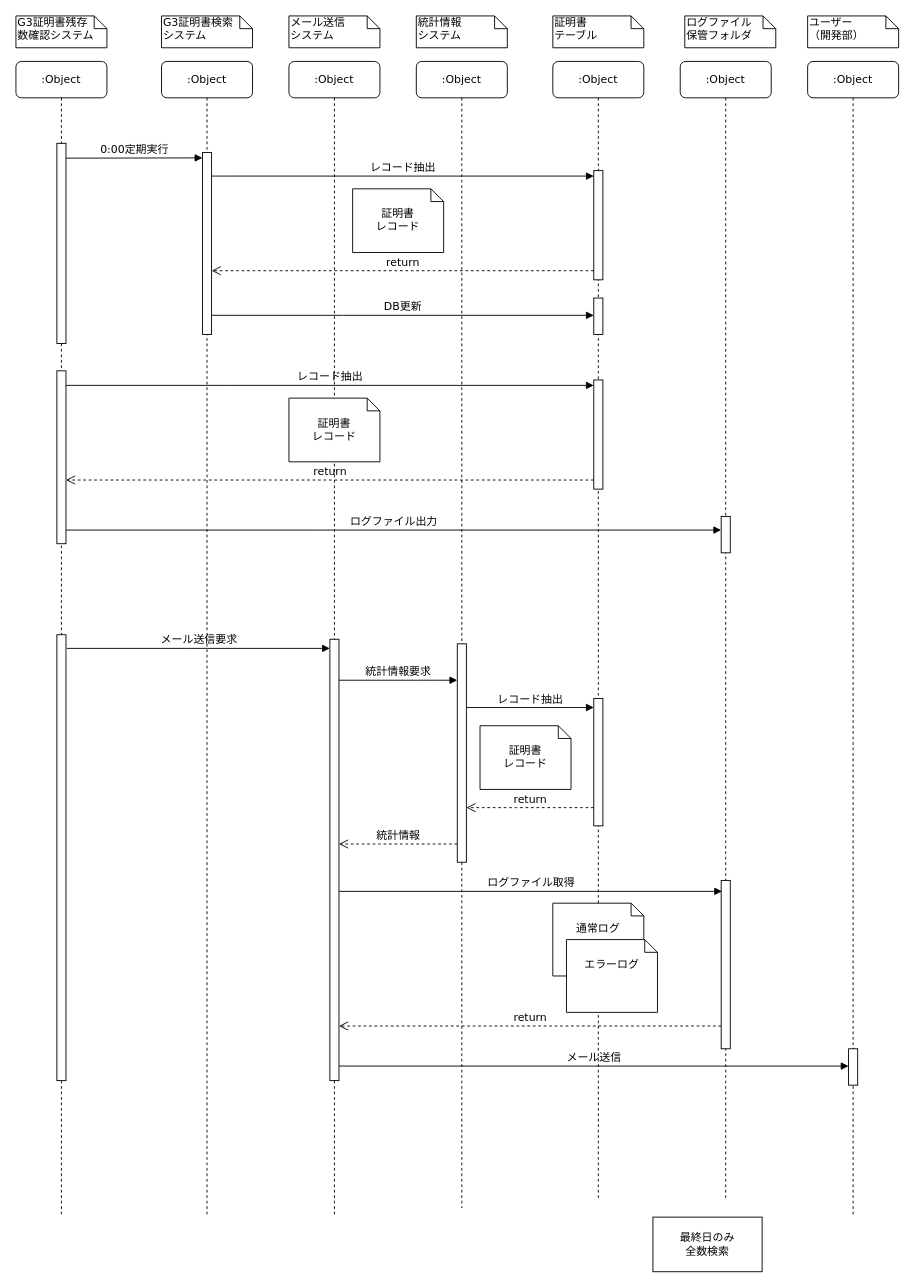
This is page "シーケンス図（定期実行）" (1 of 6) of UMLDiagram.drawio from r-asano/kaihatsubuKenshu, a draw.io file, before an edit. Source tidied: cells renumbered, new cells numbered last; positions are measured from the earlier drawing's top-left corner, leaving out a move shared by most shapes. Both pictures are drawn from the tidied source at 91%, with x=0, y=0 at pixel (15, 15).
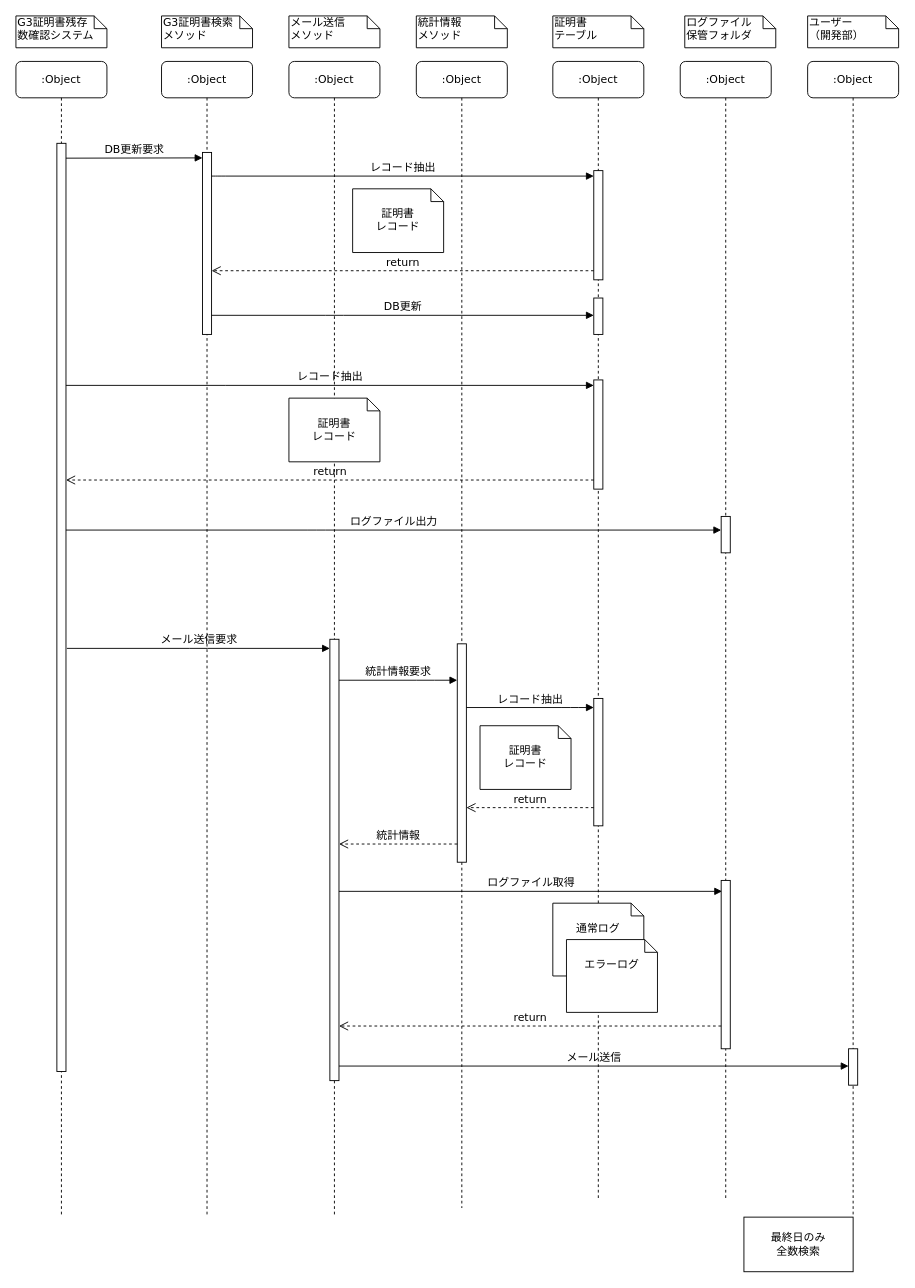
After the change.

The change refers to these unchanged cells:
```xml
<mxCell id="2" value=":Object" style="shape=umlLifeline;perimeter=lifelinePerimeter;whiteSpace=wrap;html=1;rounded=1;shadow=0;comic=0;labelBackgroundColor=none;strokeWidth=1;fontFamily=Verdana;fontSize=12;align=center;" parent="1" vertex="1">
  <mxGeometry y="50" width="100" height="1270" as="geometry" />
</mxCell>
<mxCell id="36" style="html=1;points=[];perimeter=orthogonalPerimeter;rounded=0;shadow=0;comic=0;labelBackgroundColor=none;strokeWidth=1;fontFamily=Verdana;fontSize=12;align=center;" parent="1" vertex="1">
  <mxGeometry x="635" y="400" width="10" height="120" as="geometry" />
</mxCell>
```

Change to the diagram source:
```diff
@@
     <mxCell id="3" style="html=1;perimeter=orthogonalPerimeter;rounded=0;shadow=0;comic=0;labelBackgroundColor=none;strokeWidth=1;fontFamily=Verdana;fontSize=12;align=center;" parent="2" vertex="1">
-      <mxGeometry x="45" y="90" width="10" height="220" as="geometry" />
+      <mxGeometry x="45" y="90" width="10" height="1020" as="geometry" />
     </mxCell>
-    <mxCell id="4" style="html=1;perimeter=orthogonalPerimeter;rounded=0;shadow=0;comic=0;labelBackgroundColor=none;strokeWidth=1;fontFamily=Verdana;fontSize=12;align=center;" parent="2" vertex="1">
-      <mxGeometry x="45" y="630" width="10" height="490" as="geometry" />
-    </mxCell>
-    <mxCell id="5" style="html=1;points=[];perimeter=orthogonalPerimeter;rounded=0;shadow=0;comic=0;labelBackgroundColor=none;strokeWidth=1;fontFamily=Verdana;fontSize=12;align=center;" parent="2" vertex="1">
-      <mxGeometry x="45" y="340" width="10" height="190" as="geometry" />
-    </mxCell>
@@
-    <mxCell id="21" value="0:00定期実行" style="html=1;verticalAlign=bottom;endArrow=block;entryX=0;entryY=0;labelBackgroundColor=none;fontFamily=Verdana;fontSize=12;edgeStyle=elbowEdgeStyle;elbow=vertical;" parent="1" edge="1">
+    <mxCell id="21" value="DB更新要求" style="html=1;verticalAlign=bottom;endArrow=block;entryX=0;entryY=0;labelBackgroundColor=none;fontFamily=Verdana;fontSize=12;edgeStyle=elbowEdgeStyle;elbow=vertical;" parent="1" edge="1">
       <mxGeometry relative="1" as="geometry">
         <mxPoint x="55" y="156.3" as="sourcePoint" />
         <mxPoint x="205" y="156" as="targetPoint" />
       </mxGeometry>
     </mxCell>
@@
-    <mxCell id="23" value="G3証明書検索&lt;br&gt;システム" style="shape=note;whiteSpace=wrap;html=1;size=14;verticalAlign=top;align=left;spacingTop=-6;rounded=0;shadow=0;comic=0;labelBackgroundColor=none;strokeWidth=1;fontFamily=Verdana;fontSize=12;" parent="1" vertex="1">
+    <mxCell id="23" value="G3証明書検索&lt;br&gt;メソッド" style="shape=note;whiteSpace=wrap;html=1;size=14;verticalAlign=top;align=left;spacingTop=-6;rounded=0;shadow=0;comic=0;labelBackgroundColor=none;strokeWidth=1;fontFamily=Verdana;fontSize=12;" parent="1" vertex="1">
       <mxGeometry x="160" width="100" height="35" as="geometry" />
     </mxCell>
-    <mxCell id="24" value="&lt;div&gt;メール送信&lt;/div&gt;&lt;div&gt;システム&lt;br&gt;&lt;/div&gt;" style="shape=note;whiteSpace=wrap;html=1;size=14;verticalAlign=top;align=left;spacingTop=-6;rounded=0;shadow=0;comic=0;labelBackgroundColor=none;strokeWidth=1;fontFamily=Verdana;fontSize=12;" parent="1" vertex="1">
+    <mxCell id="24" value="&lt;div&gt;メール送信&lt;/div&gt;&lt;div&gt;メソッド&lt;br&gt;&lt;/div&gt;" style="shape=note;whiteSpace=wrap;html=1;size=14;verticalAlign=top;align=left;spacingTop=-6;rounded=0;shadow=0;comic=0;labelBackgroundColor=none;strokeWidth=1;fontFamily=Verdana;fontSize=12;" parent="1" vertex="1">
       <mxGeometry x="300" width="100" height="35" as="geometry" />
     </mxCell>
@@
     <mxCell id="34" value="&lt;div&gt;最終日のみ&lt;/div&gt;&lt;div&gt;全数検索&lt;br&gt;&lt;/div&gt;" style="rounded=0;whiteSpace=wrap;html=1;shadow=0;strokeColor=#000000;" parent="1" vertex="1">
-      <mxGeometry x="700" y="1320" width="120" height="60" as="geometry" />
+      <mxGeometry x="800" y="1320" width="120" height="60" as="geometry" />
     </mxCell>
@@
-    <mxCell id="37" value="レコード抽出" style="html=1;verticalAlign=bottom;endArrow=block;labelBackgroundColor=none;fontFamily=Verdana;fontSize=12;edgeStyle=elbowEdgeStyle;elbow=vertical;" parent="1" edge="1" source="5" target="36">
+    <mxCell id="37" value="レコード抽出" style="html=1;verticalAlign=bottom;endArrow=block;labelBackgroundColor=none;fontFamily=Verdana;fontSize=12;edgeStyle=elbowEdgeStyle;elbow=vertical;" parent="1" edge="1" target="36">
       <mxGeometry relative="1" as="geometry">
+        <mxPoint x="55" y="406" as="sourcePoint" />
         <Array as="points">
           <mxPoint x="220" y="406" />
         </Array>
       </mxGeometry>
     </mxCell>
@@
-    <mxCell id="39" value="return" style="html=1;verticalAlign=bottom;endArrow=open;dashed=1;endSize=8;labelBackgroundColor=none;fontFamily=Verdana;fontSize=12;edgeStyle=elbowEdgeStyle;elbow=vertical;" parent="1" edge="1" source="36" target="5">
+    <mxCell id="39" value="return" style="html=1;verticalAlign=bottom;endArrow=open;dashed=1;endSize=8;labelBackgroundColor=none;fontFamily=Verdana;fontSize=12;edgeStyle=elbowEdgeStyle;elbow=vertical;" parent="1" edge="1" source="36">
       <mxGeometry relative="1" as="geometry">
+        <mxPoint x="55" y="510" as="targetPoint" />
         <Array as="points">
           <mxPoint x="290" y="510" />
           <mxPoint x="290" y="500" />
           <mxPoint x="320" y="500" />
         </Array>
       </mxGeometry>
     </mxCell>
@@
-    <mxCell id="43" value="&lt;div&gt;統計情報&lt;/div&gt;&lt;div&gt;システム&lt;br&gt;&lt;/div&gt;" style="shape=note;whiteSpace=wrap;html=1;size=14;verticalAlign=top;align=left;spacingTop=-6;rounded=0;shadow=0;comic=0;labelBackgroundColor=none;strokeWidth=1;fontFamily=Verdana;fontSize=12;" parent="1" vertex="1">
+    <mxCell id="43" value="&lt;div&gt;統計情報&lt;/div&gt;&lt;div&gt;メソッド&lt;br&gt;&lt;/div&gt;" style="shape=note;whiteSpace=wrap;html=1;size=14;verticalAlign=top;align=left;spacingTop=-6;rounded=0;shadow=0;comic=0;labelBackgroundColor=none;strokeWidth=1;fontFamily=Verdana;fontSize=12;" parent="1" vertex="1">
       <mxGeometry x="440" width="100" height="35" as="geometry" />
     </mxCell>
```
